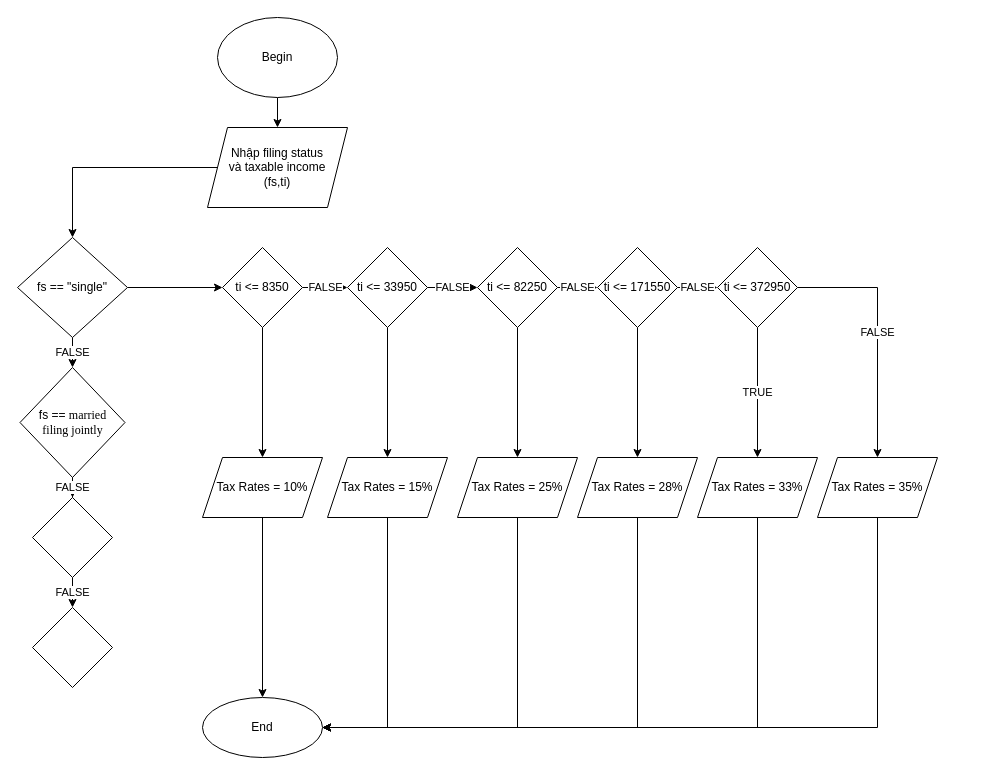
Above: Baitap/Computing Taxes.drawio in NguyenDangKhoa02/20T1080038-Java (draw.io), before the change. Source tidied: cells renumbered, new cells numbered last; positions are measured from the earlier drawing's top-left corner, leaving out a move shared by most shapes. Both pictures are drawn from the tidied source at 100%, with x=0, y=0 at pixel (17, 17).
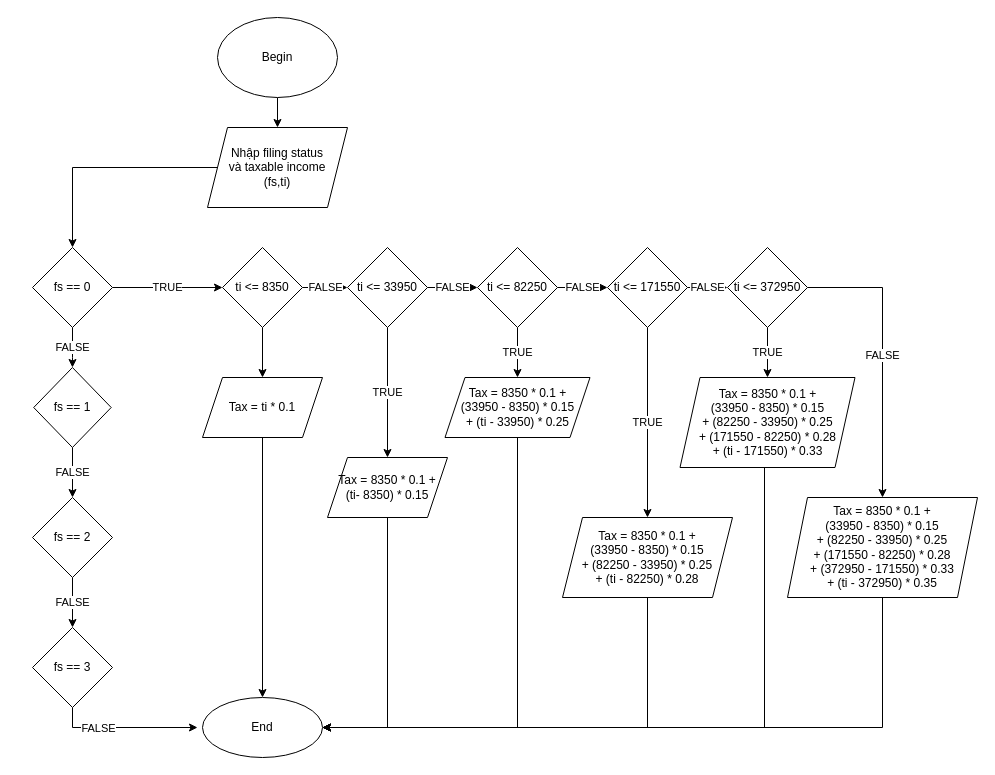
Above is the later version.

Unchanged cells that the change refers to:
```xml
<mxCell id="4" value="&lt;span&gt;End&lt;/span&gt;" style="ellipse;whiteSpace=wrap;html=1;" parent="1" vertex="1">
  <mxGeometry x="185" y="680" width="120" height="60" as="geometry" />
</mxCell>
<mxCell id="17" value="ti &amp;lt;= 8350" style="rhombus;whiteSpace=wrap;html=1;" parent="1" vertex="1">
  <mxGeometry x="205" y="230" width="80" height="80" as="geometry" />
</mxCell>
<mxCell id="20" value="ti &amp;lt;= 33950" style="rhombus;whiteSpace=wrap;html=1;" parent="1" vertex="1">
  <mxGeometry x="330" y="230" width="80" height="80" as="geometry" />
</mxCell>
<mxCell id="23" value="ti &amp;lt;= 82250" style="rhombus;whiteSpace=wrap;html=1;" parent="1" vertex="1">
  <mxGeometry x="460" y="230" width="80" height="80" as="geometry" />
</mxCell>
```

What changed in the source:
```diff
@@
-    <mxCell id="7" value="FALSE" style="edgeStyle=orthogonalEdgeStyle;rounded=0;jettySize=auto;html=1;" parent="1" edge="1" source="9" target="11">
-      <mxGeometry relative="1" as="geometry" />
+    <mxCell id="7" value="FALSE" style="edgeStyle=orthogonalEdgeStyle;rounded=0;jettySize=auto;html=1;entryX=0.5;entryY=0;entryDx=0;entryDy=0;" parent="1" edge="1" source="9" target="11">
+      <mxGeometry relative="1" as="geometry">
+        <Array as="points">
+          <mxPoint x="55" y="340" />
+        </Array>
+      </mxGeometry>
     </mxCell>
-    <mxCell id="8" style="edgeStyle=orthogonalEdgeStyle;rounded=0;jettySize=auto;html=1;" parent="1" edge="1" source="9" target="17">
+    <mxCell id="8" value="TRUE" style="edgeStyle=orthogonalEdgeStyle;rounded=0;jettySize=auto;html=1;" parent="1" edge="1" source="9" target="17">
       <mxGeometry relative="1" as="geometry" />
     </mxCell>
-    <mxCell id="9" value="fs == &quot;single&quot;" style="rhombus;whiteSpace=wrap;html=1;" parent="1" vertex="1">
-      <mxGeometry y="220" width="110" height="100" as="geometry" />
+    <mxCell id="9" value="fs == 0" style="rhombus;whiteSpace=wrap;html=1;" parent="1" vertex="1">
+      <mxGeometry x="15" y="230" width="80" height="80" as="geometry" />
     </mxCell>
@@
-    <mxCell id="11" value="&lt;font style=&quot;font-size: 12px&quot;&gt;fs ==&amp;nbsp;&lt;span style=&quot;font-family: &amp;#34;times new roman&amp;#34;&quot;&gt;married&lt;br&gt;filing jointly&lt;/span&gt;&lt;/font&gt;" style="rhombus;whiteSpace=wrap;html=1;" parent="1" vertex="1">
-      <mxGeometry x="2.5" y="350" width="105" height="110" as="geometry" />
+    <mxCell id="11" value="&lt;font style=&quot;font-size: 12px&quot;&gt;fs == 1&lt;span style=&quot;font-family: &amp;#34;times new roman&amp;#34;&quot;&gt;&lt;br&gt;&lt;/span&gt;&lt;/font&gt;" style="rhombus;whiteSpace=wrap;html=1;" parent="1" vertex="1">
+      <mxGeometry x="16.2" y="350" width="77.5" height="80" as="geometry" />
     </mxCell>
@@
-    <mxCell id="13" style="rhombus;whiteSpace=wrap;html=1;" parent="1" vertex="1">
+    <mxCell id="13" value="fs == 2" style="rhombus;whiteSpace=wrap;html=1;" parent="1" vertex="1">
       <mxGeometry x="15" y="480" width="80" height="80" as="geometry" />
     </mxCell>
+    <mxCell id="42" style="edgeStyle=orthogonalEdgeStyle;rounded=0;jettySize=auto;html=1;" parent="1" edge="1" source="14">
+      <mxGeometry relative="1" as="geometry">
+        <mxPoint x="180" y="710" as="targetPoint" />
+        <Array as="points">
+          <mxPoint x="55" y="710" />
+        </Array>
+      </mxGeometry>
+    </mxCell>
+    <mxCell id="43" value="FALSE" style="edgeLabel;html=1;align=center;verticalAlign=middle;" parent="42" vertex="1">
+      <mxGeometry x="-0.38" relative="1" as="geometry" />
+    </mxCell>
-    <mxCell id="14" style="rhombus;whiteSpace=wrap;html=1;" parent="1" vertex="1">
-      <mxGeometry x="15" y="590" width="80" height="80" as="geometry" />
+    <mxCell id="14" value="fs == 3" style="rhombus;whiteSpace=wrap;html=1;" parent="1" vertex="1">
+      <mxGeometry x="15" y="610" width="80" height="80" as="geometry" />
     </mxCell>
@@
-    <mxCell id="19" style="edgeStyle=orthogonalEdgeStyle;rounded=0;jettySize=auto;html=1;" parent="1" edge="1" source="20" target="39">
+    <mxCell id="19" value="TRUE" style="edgeStyle=orthogonalEdgeStyle;rounded=0;jettySize=auto;html=1;" parent="1" edge="1" source="20" target="39">
       <mxGeometry relative="1" as="geometry" />
     </mxCell>
@@
-    <mxCell id="22" style="edgeStyle=orthogonalEdgeStyle;rounded=0;jettySize=auto;html=1;" parent="1" edge="1" source="23" target="37">
+    <mxCell id="22" value="TRUE" style="edgeStyle=orthogonalEdgeStyle;rounded=0;jettySize=auto;html=1;" parent="1" edge="1" source="23" target="37">
       <mxGeometry relative="1" as="geometry" />
     </mxCell>
@@
-    <mxCell id="25" style="edgeStyle=orthogonalEdgeStyle;rounded=0;jettySize=auto;html=1;" parent="1" edge="1" source="26" target="35">
+    <mxCell id="25" value="TRUE" style="edgeStyle=orthogonalEdgeStyle;rounded=0;jettySize=auto;html=1;" parent="1" edge="1" source="26" target="35">
       <mxGeometry relative="1" as="geometry" />
     </mxCell>
     <mxCell id="26" value="ti &amp;lt;= 171550" style="rhombus;whiteSpace=wrap;html=1;" parent="1" vertex="1">
-      <mxGeometry x="580" y="230" width="80" height="80" as="geometry" />
+      <mxGeometry x="590" y="230" width="80" height="80" as="geometry" />
     </mxCell>
     <mxCell id="27" value="FALSE" style="edgeStyle=orthogonalEdgeStyle;rounded=0;jettySize=auto;html=1;" parent="1" edge="1" source="29" target="31">
-      <mxGeometry relative="1" as="geometry" />
+      <mxGeometry relative="1" as="geometry">
+        <Array as="points">
+          <mxPoint x="865" y="270" />
+        </Array>
+      </mxGeometry>
     </mxCell>
@@
     <mxCell id="29" value="ti &amp;lt;= 372950" style="rhombus;whiteSpace=wrap;html=1;" parent="1" vertex="1">
-      <mxGeometry x="700" y="230" width="80" height="80" as="geometry" />
+      <mxGeometry x="710" y="230" width="80" height="80" as="geometry" />
     </mxCell>
     <mxCell id="30" style="edgeStyle=orthogonalEdgeStyle;rounded=0;jettySize=auto;html=1;exitX=0.5;exitY=1;exitDx=0;exitDy=0;" parent="1" edge="1" source="31" target="4">
       <mxGeometry relative="1" as="geometry">
         <Array as="points">
-          <mxPoint x="860" y="710" />
+          <mxPoint x="865" y="710" />
         </Array>
       </mxGeometry>
     </mxCell>
-    <mxCell id="31" value="Tax Rates = 35%" style="shape=parallelogram;perimeter=parallelogramPerimeter;whiteSpace=wrap;html=1;fixedSize=1;" parent="1" vertex="1">
-      <mxGeometry x="800" y="440" width="120" height="60" as="geometry" />
+    <mxCell id="31" value="Tax = 8350 * 0.1 +&lt;br&gt;(33950 - 8350) * 0.15&lt;br&gt;+ (82250 - 33950) * 0.25&lt;br&gt;+ (171550 - 82250) * 0.28&lt;br&gt;+ (372950 - 171550) * 0.33&lt;br&gt;+ (ti - 372950) * 0.35" style="shape=parallelogram;perimeter=parallelogramPerimeter;whiteSpace=wrap;html=1;fixedSize=1;" parent="1" vertex="1">
+      <mxGeometry x="770" y="480" width="190" height="100" as="geometry" />
     </mxCell>
     <mxCell id="32" style="edgeStyle=orthogonalEdgeStyle;rounded=0;jettySize=auto;html=1;" parent="1" edge="1" source="33" target="4">
       <mxGeometry relative="1" as="geometry">
         <Array as="points">
-          <mxPoint x="740" y="710" />
+          <mxPoint x="747" y="710" />
         </Array>
       </mxGeometry>
     </mxCell>
-    <mxCell id="33" value="Tax Rates = 33%" style="shape=parallelogram;perimeter=parallelogramPerimeter;whiteSpace=wrap;html=1;fixedSize=1;" parent="1" vertex="1">
-      <mxGeometry x="680" y="440" width="120" height="60" as="geometry" />
+    <mxCell id="33" value="Tax = 8350 * 0.1 +&lt;br&gt;(33950 - 8350) * 0.15&lt;br&gt;+ (82250 - 33950) * 0.25&lt;br&gt;+ (171550 - 82250) * 0.28&lt;br&gt;+ (ti - 171550) * 0.33" style="shape=parallelogram;perimeter=parallelogramPerimeter;whiteSpace=wrap;html=1;fixedSize=1;" parent="1" vertex="1">
+      <mxGeometry x="662.5" y="360" width="175" height="90" as="geometry" />
     </mxCell>
     <mxCell id="34" style="edgeStyle=orthogonalEdgeStyle;rounded=0;jettySize=auto;html=1;" parent="1" edge="1" source="35" target="4">
       <mxGeometry relative="1" as="geometry">
         <Array as="points">
-          <mxPoint x="620" y="710" />
+          <mxPoint x="630" y="710" />
         </Array>
       </mxGeometry>
     </mxCell>
-    <mxCell id="35" value="Tax Rates = 28%" style="shape=parallelogram;perimeter=parallelogramPerimeter;whiteSpace=wrap;html=1;fixedSize=1;" parent="1" vertex="1">
-      <mxGeometry x="560" y="440" width="120" height="60" as="geometry" />
+    <mxCell id="35" value="Tax = 8350 * 0.1 +&lt;br&gt;(33950 - 8350) * 0.15&lt;br&gt;+ (82250 - 33950) * 0.25&lt;br&gt;+ (ti - 82250) * 0.28" style="shape=parallelogram;perimeter=parallelogramPerimeter;whiteSpace=wrap;html=1;fixedSize=1;" parent="1" vertex="1">
+      <mxGeometry x="545" y="500" width="170" height="80" as="geometry" />
     </mxCell>
@@
-    <mxCell id="37" value="Tax Rates = 25%" style="shape=parallelogram;perimeter=parallelogramPerimeter;whiteSpace=wrap;html=1;fixedSize=1;" parent="1" vertex="1">
-      <mxGeometry x="440" y="440" width="120" height="60" as="geometry" />
+    <mxCell id="37" value="Tax = 8350 * 0.1 +&lt;br&gt;(33950 - 8350) * 0.15&lt;br&gt;+ (ti - 33950) * 0.25" style="shape=parallelogram;perimeter=parallelogramPerimeter;whiteSpace=wrap;html=1;fixedSize=1;" parent="1" vertex="1">
+      <mxGeometry x="427.5" y="360" width="145" height="60" as="geometry" />
     </mxCell>
@@
-    <mxCell id="39" value="Tax Rates = 15%" style="shape=parallelogram;perimeter=parallelogramPerimeter;whiteSpace=wrap;html=1;fixedSize=1;" parent="1" vertex="1">
+    <mxCell id="39" value="Tax = 8350 * 0.1 +&lt;br&gt;(ti- 8350) * 0.15" style="shape=parallelogram;perimeter=parallelogramPerimeter;whiteSpace=wrap;html=1;fixedSize=1;" parent="1" vertex="1">
       <mxGeometry x="310" y="440" width="120" height="60" as="geometry" />
     </mxCell>
@@
-    <mxCell id="41" value="Tax Rates = 10%" style="shape=parallelogram;perimeter=parallelogramPerimeter;whiteSpace=wrap;html=1;fixedSize=1;" parent="1" vertex="1">
-      <mxGeometry x="185" y="440" width="120" height="60" as="geometry" />
+    <mxCell id="41" value="Tax = ti * 0.1" style="shape=parallelogram;perimeter=parallelogramPerimeter;whiteSpace=wrap;html=1;fixedSize=1;" parent="1" vertex="1">
+      <mxGeometry x="185" y="360" width="120" height="60" as="geometry" />
     </mxCell>
```
